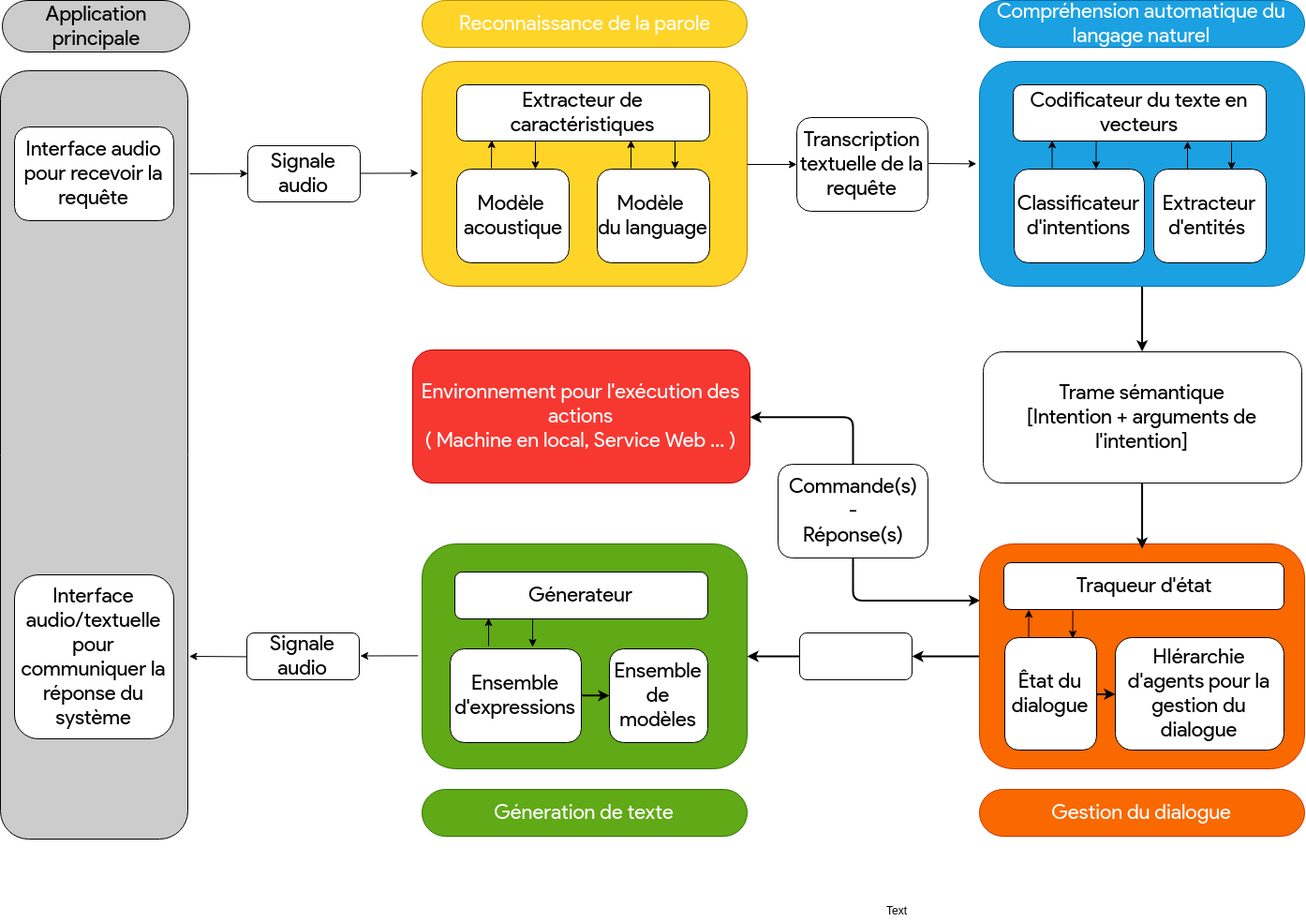
Earlier version of the draw.io export images/SPA_architecture.png (Wissben/Master-Thesis). Source tidied: cells renumbered, new cells last; positions are measured from the earlier drawing's top-left corner, leaving out a move shared by most shapes.
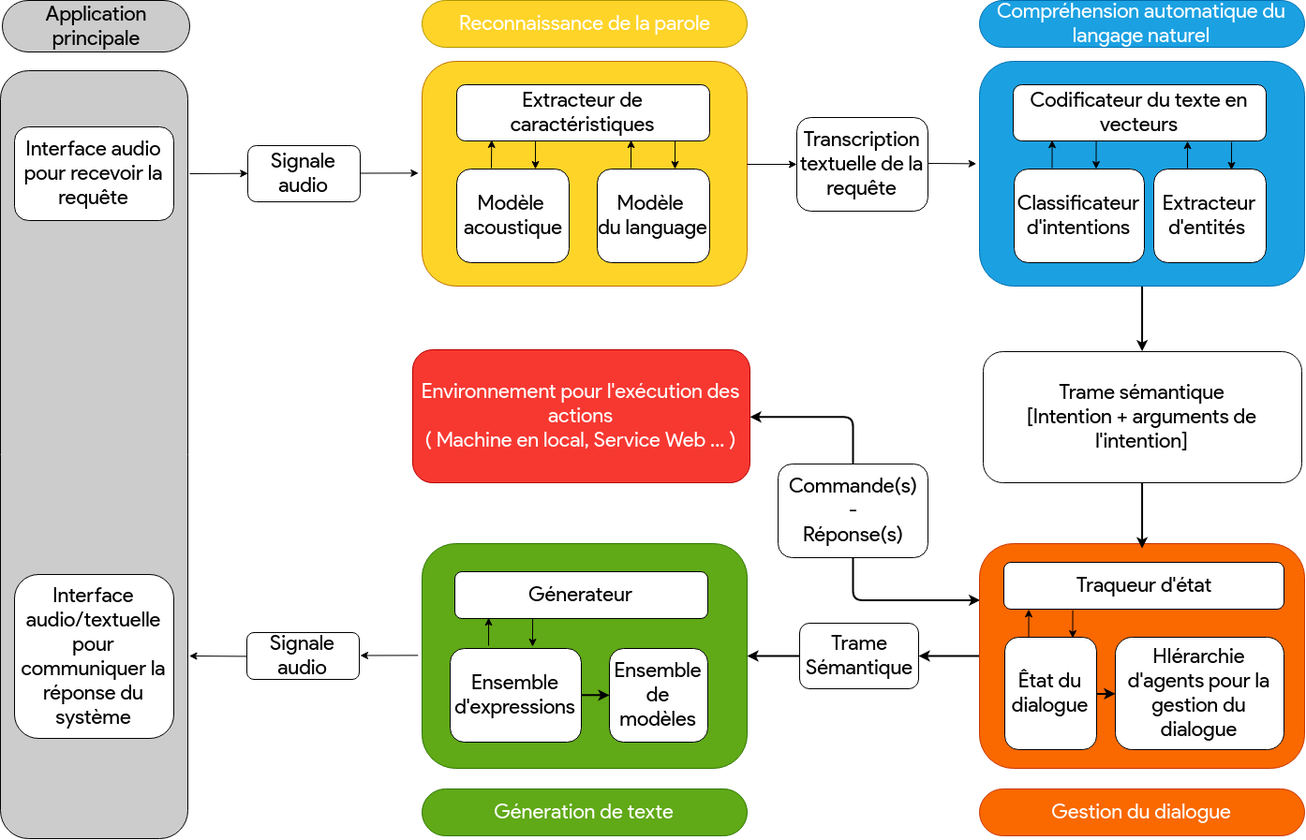
Above is the later version.

Commit message:
fixing placement of figure:SPA_architecture to be inline

The edit, as a diff of the source:
```diff
@@ -171,8 +171,8 @@
     <mxCell id="45" style="edgeStyle=orthogonalEdgeStyle;jettySize=auto;html=1;startArrow=none;startFill=0;endArrow=classic;endFill=1;strokeWidth=2;fontFamily=Lucida Console;fontSize=22;" parent="1" edge="1" source="46" target="26">
       <mxGeometry relative="1" as="geometry" />
     </mxCell>
-    <mxCell id="46" style="whiteSpace=wrap;html=1;rounded=1;fontSize=22;fontFamily=Lucida Console;" parent="1" vertex="1">
-      <mxGeometry x="853" y="675" width="120" height="50" as="geometry" />
+    <mxCell id="46" value="Trame&lt;br&gt;Sémantique&lt;br&gt;" style="whiteSpace=wrap;html=1;rounded=1;fontSize=22;fontFamily=Lucida Console;" parent="1" vertex="1">
+      <mxGeometry x="853" y="665" width="127" height="70" as="geometry" />
     </mxCell>
     <mxCell id="47" style="edgeStyle=none;rounded=0;orthogonalLoop=1;jettySize=auto;html=1;entryX=0.137;entryY=0.983;entryDx=0;entryDy=0;fontFamily=Lucida Console;fontSize=22;entryPerimeter=0;" parent="1" edge="1">
       <mxGeometry relative="1" as="geometry">
@@ -227,8 +227,5 @@
     <mxCell id="58" value="&lt;font color=&quot;#000000&quot;&gt;Application&lt;br&gt;principale&lt;/font&gt;&lt;br&gt;" style="whiteSpace=wrap;html=1;rounded=1;fontSize=22;fontFamily=Lucida Console;fillColor=#cccccc;strokeColor=#000000;fontColor=#ffffff;arcSize=50;" parent="1" vertex="1">
       <mxGeometry x="2" width="200" height="55" as="geometry" />
     </mxCell>
-    <mxCell id="59" value="Text" style="text;html=1;align=left;verticalAlign=top;spacingTop=-4;" parent="1" vertex="1">
-      <mxGeometry x="944" y="962" width="40" height="20" as="geometry" />
-    </mxCell>
   </root>
 </mxGraphModel>
```
